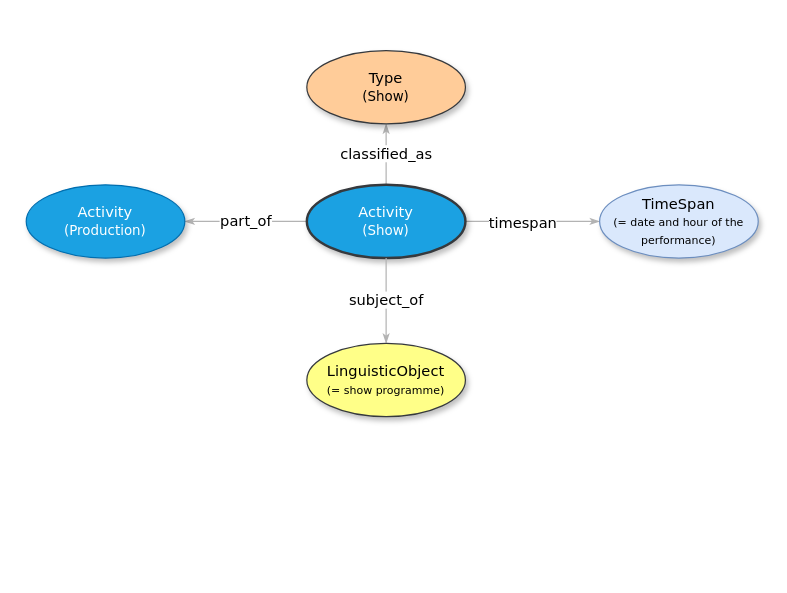
The draw.io diagram Figures-Cookbook/C.drawio in stage-to-data/linked-art-pa, before the edit. Source tidied: cells renumbered, new cells numbered last; positions are measured from the earlier drawing's top-left corner, leaving out a move shared by most shapes. Both pictures are drawn from the tidied source at 122%, with x=0, y=0 at pixel (26, 50).
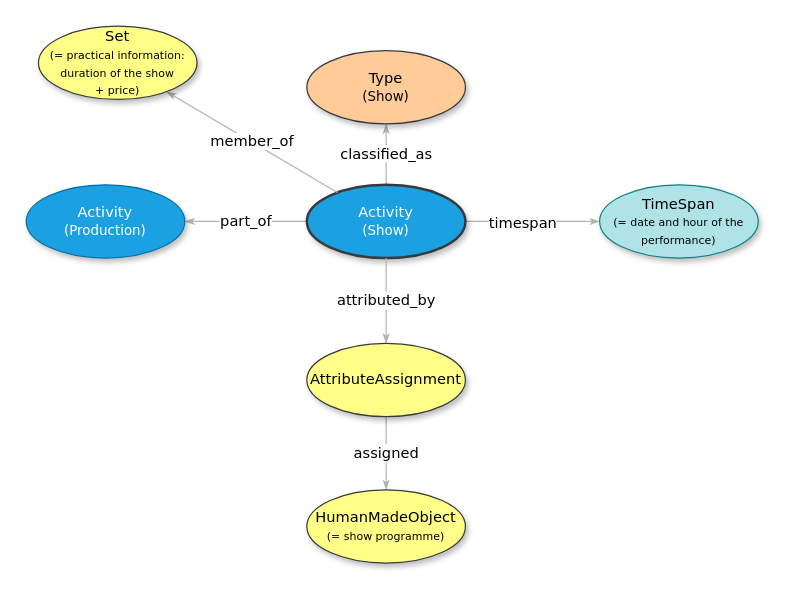
Above is the later version.

Diff of the diagram source:
```diff
@@
 <mxGraphModel>
   <root>
     <mxCell id="0" />
     <mxCell id="1" parent="0" />
     <mxCell id="2" style="edgeStyle=none;rounded=1;html=1;labelBackgroundColor=none;startArrow=none;startFill=0;startSize=5;endArrow=classicThin;endFill=1;endSize=5;jettySize=auto;strokeColor=#B3B3B3;strokeWidth=1;fontFamily=Verdana;fontSize=12;" parent="1" edge="1" source="6" target="7">
       <mxGeometry relative="1" as="geometry" />
     </mxCell>
     <mxCell id="3" value="&lt;font face=&quot;Verdana&quot; style=&quot;font-size: 12px; background-color: rgb(255, 255, 255);&quot;&gt;timespan&lt;/font&gt;" style="edgeLabel;html=1;align=center;verticalAlign=middle;" parent="2" vertex="1">
       <mxGeometry x="-0.16" y="-1" relative="1" as="geometry" />
     </mxCell>
     <mxCell id="4" value="&lt;span style=&quot;background-color: rgb(255, 255, 255);&quot;&gt;part_of&lt;/span&gt;" style="edgeStyle=none;rounded=1;html=1;labelBackgroundColor=none;startArrow=none;startFill=0;startSize=5;endArrow=classicThin;endFill=1;endSize=5;jettySize=auto;strokeColor=#B3B3B3;strokeWidth=1;fontFamily=Verdana;fontSize=12;" parent="1" edge="1" source="6" target="10">
       <mxGeometry relative="1" as="geometry" />
     </mxCell>
     <mxCell id="5" value="&lt;span style=&quot;background-color: rgb(255, 255, 255);&quot;&gt;classified_as&lt;/span&gt;" style="edgeStyle=none;rounded=1;html=1;labelBackgroundColor=none;startArrow=none;startFill=0;startSize=5;endArrow=classicThin;endFill=1;endSize=5;jettySize=auto;strokeColor=#B3B3B3;strokeWidth=1;fontFamily=Verdana;fontSize=12;" parent="1" edge="1" source="6" target="8">
       <mxGeometry relative="1" as="geometry" />
     </mxCell>
     <mxCell id="6" value="Activity&lt;div&gt;&lt;font style=&quot;font-size: 11px;&quot;&gt;(Show)&lt;/font&gt;&lt;/div&gt;" style="ellipse;whiteSpace=wrap;html=1;rounded=0;shadow=1;comic=0;labelBackgroundColor=none;strokeWidth=2;fontFamily=Verdana;fontSize=12;align=center;fillColor=#1ba1e2;fontColor=#ffffff;strokeColor=#36393D;" parent="1" vertex="1">
       <mxGeometry x="230" y="110" width="130" height="60" as="geometry" />
     </mxCell>
-    <mxCell id="7" value="&lt;span&gt;TimeSpan&lt;/span&gt;&lt;div&gt;&lt;span&gt;&lt;font style=&quot;font-size: 9px;&quot;&gt;(= date and hour of the performance)&lt;/font&gt;&lt;/span&gt;&lt;/div&gt;" style="ellipse;whiteSpace=wrap;html=1;rounded=0;shadow=1;comic=0;labelBackgroundColor=none;strokeWidth=1;fontFamily=Verdana;fontSize=12;align=center;fillColor=#dae8fc;strokeColor=#6c8ebf;" parent="1" vertex="1">
+    <mxCell id="7" value="&lt;span&gt;TimeSpan&lt;/span&gt;&lt;div&gt;&lt;span&gt;&lt;font style=&quot;font-size: 9px;&quot;&gt;(= date and hour of the performance)&lt;/font&gt;&lt;/span&gt;&lt;/div&gt;" style="ellipse;whiteSpace=wrap;html=1;rounded=0;shadow=1;comic=0;labelBackgroundColor=none;strokeWidth=1;fontFamily=Verdana;fontSize=12;align=center;fillColor=#b0e3e6;strokeColor=#0e8088;" parent="1" vertex="1">
       <mxGeometry x="470" y="110" width="130" height="60" as="geometry" />
     </mxCell>
     <mxCell id="8" value="&lt;span&gt;Type&lt;/span&gt;&lt;div&gt;&lt;span&gt;&lt;font style=&quot;font-size: 11px;&quot;&gt;(Show)&lt;/font&gt;&lt;/span&gt;&lt;/div&gt;" style="ellipse;whiteSpace=wrap;html=1;rounded=0;shadow=1;comic=0;labelBackgroundColor=none;strokeWidth=1;fontFamily=Verdana;fontSize=12;align=center;fillColor=#ffcc99;strokeColor=#36393d;" parent="1" vertex="1">
       <mxGeometry x="230" width="130" height="60" as="geometry" />
     </mxCell>
-    <mxCell id="9" value="&lt;span style=&quot;background-color: rgb(255, 255, 255);&quot;&gt;subject_of&lt;/span&gt;" style="edgeStyle=none;rounded=1;html=1;labelBackgroundColor=none;startArrow=none;startFill=0;startSize=5;endArrow=classicThin;endFill=1;endSize=5;jettySize=auto;strokeColor=#B3B3B3;strokeWidth=1;fontFamily=Verdana;fontSize=12;" parent="1" edge="1" source="6" target="11">
-      <mxGeometry relative="1" as="geometry" />
-    </mxCell>
     <mxCell id="10" value="Activity&lt;div&gt;&lt;font style=&quot;font-size: 11px;&quot;&gt;(Production)&lt;/font&gt;&lt;/div&gt;" style="ellipse;whiteSpace=wrap;html=1;rounded=0;shadow=1;comic=0;labelBackgroundColor=none;strokeWidth=1;fontFamily=Verdana;fontSize=12;align=center;rotation=0;fillColor=#1ba1e2;fontColor=#ffffff;strokeColor=#006EAF;" parent="1" vertex="1">
       <mxGeometry y="110" width="130" height="60" as="geometry" />
     </mxCell>
-    <mxCell id="11" value="&lt;span&gt;LinguisticObject&lt;/span&gt;&lt;div&gt;&lt;span&gt;&lt;font style=&quot;font-size: 9px;&quot;&gt;(= show programme)&lt;/font&gt;&lt;/span&gt;&lt;/div&gt;" style="ellipse;whiteSpace=wrap;html=1;rounded=0;shadow=1;comic=0;labelBackgroundColor=none;strokeWidth=1;fontFamily=Verdana;fontSize=12;align=center;rotation=0;fillColor=#ffff88;strokeColor=#36393d;" parent="1" vertex="1">
-      <mxGeometry x="230" y="240" width="130" height="60" as="geometry" />
-    </mxCell>
+    <mxCell id="12" value="&lt;span style=&quot;background-color: rgb(255, 255, 255);&quot;&gt;member_of&lt;/span&gt;" style="edgeStyle=none;rounded=1;html=1;labelBackgroundColor=none;startArrow=none;startFill=0;startSize=5;endArrow=classicThin;endFill=1;endSize=5;jettySize=auto;strokeColor=#B3B3B3;strokeWidth=1;fontFamily=Verdana;fontSize=12;" parent="1" edge="1" source="6" target="13">
+      <mxGeometry relative="1" as="geometry" />
+    </mxCell>
+    <mxCell id="13" value="&lt;span style=&quot;color: rgb(0, 0, 0);&quot;&gt;Set&lt;/span&gt;&lt;div style=&quot;color: rgb(0, 0, 0);&quot;&gt;&lt;font style=&quot;font-size: 9px;&quot;&gt;(= practical information: duration of the show&lt;/font&gt;&lt;/div&gt;&lt;div style=&quot;color: rgb(0, 0, 0);&quot;&gt;&lt;font style=&quot;font-size: 9px;&quot;&gt;+ price)&lt;/font&gt;&lt;/div&gt;" style="ellipse;whiteSpace=wrap;html=1;rounded=0;shadow=1;comic=0;labelBackgroundColor=none;strokeWidth=1;fontFamily=Verdana;fontSize=12;align=center;rotation=0;fillColor=#ffff88;strokeColor=#36393d;" parent="1" vertex="1">
+      <mxGeometry x="10" y="-20" width="130" height="60" as="geometry" />
+    </mxCell>
+    <mxCell id="14" value="assigned" style="edgeStyle=none;rounded=1;html=1;labelBackgroundColor=#FFFFFF;startArrow=none;startFill=0;startSize=5;endArrow=classicThin;endFill=1;endSize=5;jettySize=auto;strokeColor=#B3B3B3;strokeWidth=1;fontFamily=Verdana;fontSize=12;" parent="1" edge="1" source="18" target="15">
+      <mxGeometry relative="1" as="geometry" />
+    </mxCell>
+    <mxCell id="15" value="HumanMadeObject&lt;br&gt;&lt;div&gt;&lt;span&gt;&lt;font style=&quot;font-size: 9px;&quot;&gt;(= show programme)&lt;/font&gt;&lt;/span&gt;&lt;/div&gt;" style="ellipse;whiteSpace=wrap;html=1;rounded=0;shadow=1;comic=0;labelBackgroundColor=none;strokeWidth=1;fontFamily=Verdana;fontSize=12;align=center;fillColor=#ffff88;strokeColor=#36393d;" parent="1" vertex="1">
+      <mxGeometry x="230" y="360" width="130" height="60" as="geometry" />
+    </mxCell>
+    <mxCell id="16" style="edgeStyle=none;rounded=1;html=1;labelBackgroundColor=#FFFFFF;startArrow=none;startFill=0;startSize=5;endArrow=classicThin;endFill=1;endSize=5;jettySize=auto;strokeColor=#B3B3B3;strokeWidth=1;fontFamily=Verdana;fontSize=12;" parent="1" edge="1" source="6" target="18">
+      <mxGeometry relative="1" as="geometry" />
+    </mxCell>
+    <mxCell id="17" value="&lt;font face=&quot;Verdana&quot; style=&quot;font-size: 12px;&quot;&gt;attributed_by&lt;/font&gt;" style="edgeLabel;html=1;align=center;verticalAlign=middle;" parent="16" vertex="1">
+      <mxGeometry x="-0.04" y="-1" relative="1" as="geometry" />
+    </mxCell>
+    <mxCell id="18" value="&lt;div&gt;&lt;font style=&quot;&quot;&gt;AttributeAssignment&lt;/font&gt;&lt;/div&gt;" style="ellipse;whiteSpace=wrap;html=1;rounded=0;shadow=1;comic=0;labelBackgroundColor=none;strokeWidth=1;fontFamily=Verdana;fontSize=12;align=center;fillColor=#ffff88;strokeColor=#36393d;" parent="1" vertex="1">
+      <mxGeometry x="230" y="240" width="130" height="60" as="geometry" />
+    </mxCell>
   </root>
 </mxGraphModel>
```
